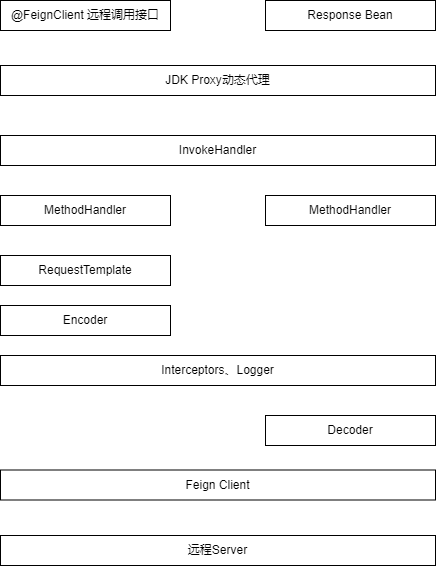
5ycrow/drawio keeps this draw.io diagram as img/4.6.drawio.png. Above is the earlier version. Source tidied: cells renumbered, new cells last; positions are measured from the earlier drawing's top-left corner, leaving out a move shared by most shapes. Source of this version:
```xml
<mxGraphModel>
  <root>
    <mxCell id="0" />
    <mxCell id="1" parent="0" />
    <mxCell id="2" value="@FeignClient 远程调用接口" style="rounded=0;whiteSpace=wrap;html=1;" parent="1" vertex="1">
      <mxGeometry width="170" height="30" as="geometry" />
    </mxCell>
    <mxCell id="3" value="JDK Proxy动态代理" style="rounded=0;whiteSpace=wrap;html=1;" parent="1" vertex="1">
      <mxGeometry y="65" width="435" height="30" as="geometry" />
    </mxCell>
    <mxCell id="4" value="Response Bean" style="rounded=0;whiteSpace=wrap;html=1;" parent="1" vertex="1">
      <mxGeometry x="265" width="170" height="30" as="geometry" />
    </mxCell>
    <mxCell id="5" value="InvokeHandler" style="rounded=0;whiteSpace=wrap;html=1;" parent="1" vertex="1">
      <mxGeometry y="135" width="435" height="30" as="geometry" />
    </mxCell>
    <mxCell id="6" value="MethodHandler" style="rounded=0;whiteSpace=wrap;html=1;" parent="1" vertex="1">
      <mxGeometry y="195" width="170" height="30" as="geometry" />
    </mxCell>
    <mxCell id="7" value="MethodHandler" style="rounded=0;whiteSpace=wrap;html=1;" parent="1" vertex="1">
      <mxGeometry x="265" y="195" width="170" height="30" as="geometry" />
    </mxCell>
    <mxCell id="8" value="RequestTemplate" style="rounded=0;whiteSpace=wrap;html=1;" parent="1" vertex="1">
      <mxGeometry y="255" width="170" height="30" as="geometry" />
    </mxCell>
    <mxCell id="9" value="Encoder" style="rounded=0;whiteSpace=wrap;html=1;" parent="1" vertex="1">
      <mxGeometry y="305" width="170" height="30" as="geometry" />
    </mxCell>
    <mxCell id="10" value="Interceptors、Logger" style="rounded=0;whiteSpace=wrap;html=1;" parent="1" vertex="1">
      <mxGeometry y="355" width="435" height="30" as="geometry" />
    </mxCell>
    <mxCell id="11" value="Decoder" style="rounded=0;whiteSpace=wrap;html=1;" parent="1" vertex="1">
      <mxGeometry x="265" y="415" width="170" height="30" as="geometry" />
    </mxCell>
    <mxCell id="12" value="Feign Client" style="rounded=0;whiteSpace=wrap;html=1;" parent="1" vertex="1">
      <mxGeometry y="469.5" width="435" height="30" as="geometry" />
    </mxCell>
    <mxCell id="13" value="远程Server" style="rounded=0;whiteSpace=wrap;html=1;" parent="1" vertex="1">
      <mxGeometry y="535" width="435" height="30" as="geometry" />
    </mxCell>
  </root>
</mxGraphModel>
```
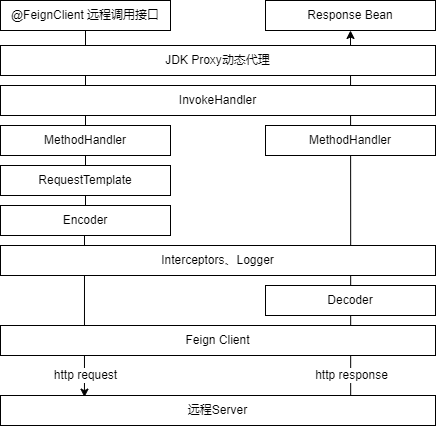
After the commit.

Diff of the diagram source:
```diff
@@ -2,41 +2,60 @@
   <root>
     <mxCell id="0" />
     <mxCell id="1" parent="0" />
+    <mxCell id="14" style="edgeStyle=orthogonalEdgeStyle;rounded=0;jettySize=auto;html=1;exitX=0.805;exitY=0.035;exitDx=0;exitDy=0;exitPerimeter=0;" parent="1" edge="1" source="13" target="4">
+      <mxGeometry relative="1" as="geometry" />
+    </mxCell>
+    <mxCell id="15" value="http response" style="edgeLabel;html=1;align=center;verticalAlign=middle;" parent="14" vertex="1">
+      <mxGeometry x="-0.81" y="1" relative="1" as="geometry">
+        <mxPoint x="1" y="14" as="offset" />
+      </mxGeometry>
+    </mxCell>
+    <mxCell id="16" style="edgeStyle=orthogonalEdgeStyle;rounded=0;jettySize=auto;html=1;exitX=0.5;exitY=1;exitDx=0;exitDy=0;entryX=0.193;entryY=0.055;entryDx=0;entryDy=0;entryPerimeter=0;" parent="1" edge="1" source="2" target="13">
+      <mxGeometry relative="1" as="geometry" />
+    </mxCell>
+    <mxCell id="17" value="http request" style="edgeLabel;html=1;align=center;verticalAlign=middle;" parent="16" vertex="1">
+      <mxGeometry x="0.89" y="2" relative="1" as="geometry">
+        <mxPoint x="-1" y="-1" as="offset" />
+      </mxGeometry>
+    </mxCell>
     <mxCell id="2" value="@FeignClient 远程调用接口" style="rounded=0;whiteSpace=wrap;html=1;" parent="1" vertex="1">
       <mxGeometry width="170" height="30" as="geometry" />
     </mxCell>
     <mxCell id="3" value="JDK Proxy动态代理" style="rounded=0;whiteSpace=wrap;html=1;" parent="1" vertex="1">
-      <mxGeometry y="65" width="435" height="30" as="geometry" />
+      <mxGeometry y="45" width="435" height="30" as="geometry" />
     </mxCell>
     <mxCell id="4" value="Response Bean" style="rounded=0;whiteSpace=wrap;html=1;" parent="1" vertex="1">
       <mxGeometry x="265" width="170" height="30" as="geometry" />
     </mxCell>
     <mxCell id="5" value="InvokeHandler" style="rounded=0;whiteSpace=wrap;html=1;" parent="1" vertex="1">
-      <mxGeometry y="135" width="435" height="30" as="geometry" />
+      <mxGeometry y="85" width="435" height="30" as="geometry" />
     </mxCell>
     <mxCell id="6" value="MethodHandler" style="rounded=0;whiteSpace=wrap;html=1;" parent="1" vertex="1">
-      <mxGeometry y="195" width="170" height="30" as="geometry" />
+      <mxGeometry y="125" width="170" height="30" as="geometry" />
     </mxCell>
     <mxCell id="7" value="MethodHandler" style="rounded=0;whiteSpace=wrap;html=1;" parent="1" vertex="1">
-      <mxGeometry x="265" y="195" width="170" height="30" as="geometry" />
+      <mxGeometry x="265" y="125" width="170" height="30" as="geometry" />
     </mxCell>
     <mxCell id="8" value="RequestTemplate" style="rounded=0;whiteSpace=wrap;html=1;" parent="1" vertex="1">
-      <mxGeometry y="255" width="170" height="30" as="geometry" />
+      <mxGeometry y="165" width="170" height="30" as="geometry" />
     </mxCell>
     <mxCell id="9" value="Encoder" style="rounded=0;whiteSpace=wrap;html=1;" parent="1" vertex="1">
-      <mxGeometry y="305" width="170" height="30" as="geometry" />
+      <mxGeometry y="205" width="170" height="30" as="geometry" />
     </mxCell>
     <mxCell id="10" value="Interceptors、Logger" style="rounded=0;whiteSpace=wrap;html=1;" parent="1" vertex="1">
-      <mxGeometry y="355" width="435" height="30" as="geometry" />
+      <mxGeometry y="245" width="435" height="30" as="geometry" />
     </mxCell>
     <mxCell id="11" value="Decoder" style="rounded=0;whiteSpace=wrap;html=1;" parent="1" vertex="1">
-      <mxGeometry x="265" y="415" width="170" height="30" as="geometry" />
+      <mxGeometry x="265" y="285" width="170" height="30" as="geometry" />
     </mxCell>
     <mxCell id="12" value="Feign Client" style="rounded=0;whiteSpace=wrap;html=1;" parent="1" vertex="1">
-      <mxGeometry y="469.5" width="435" height="30" as="geometry" />
+      <mxGeometry y="325" width="435" height="30" as="geometry" />
     </mxCell>
     <mxCell id="13" value="远程Server" style="rounded=0;whiteSpace=wrap;html=1;" parent="1" vertex="1">
-      <mxGeometry y="535" width="435" height="30" as="geometry" />
+      <mxGeometry y="395" width="435" height="30" as="geometry" />
     </mxCell>
+    <mxCell id="18" style="edgeStyle=orthogonalEdgeStyle;rounded=0;orthogonalLoop=1;jettySize=auto;html=1;exitX=0.5;exitY=1;exitDx=0;exitDy=0;" parent="1" edge="1" source="11" target="11">
+      <mxGeometry relative="1" as="geometry" />
+    </mxCell>
   </root>
 </mxGraphModel>
```
